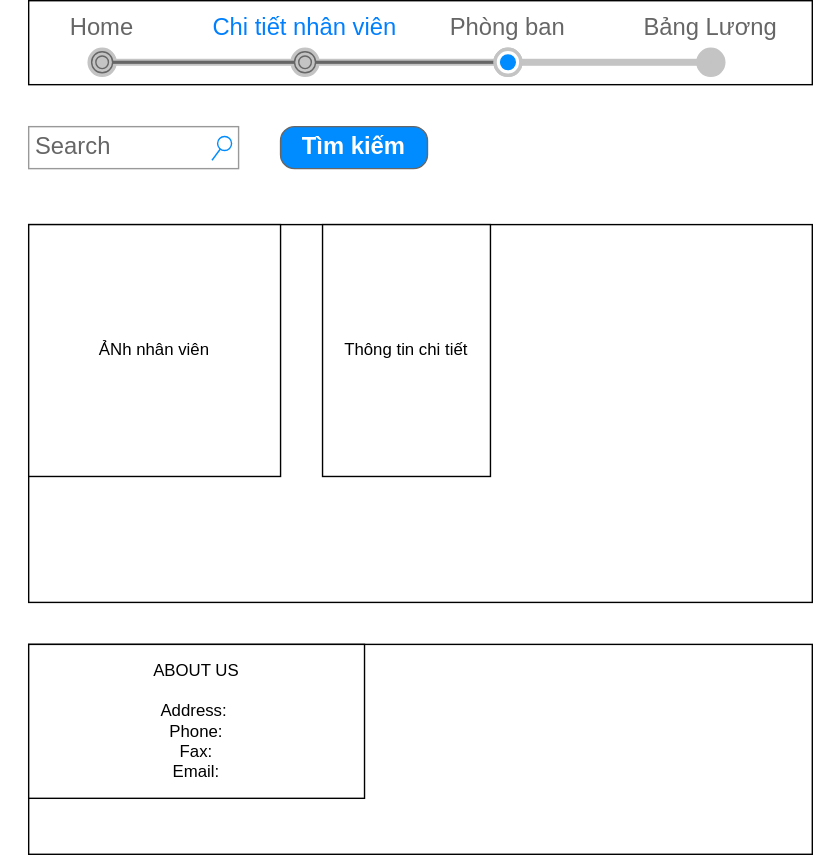
This is Report/StaffInformation.svg from minhngoc/FunixReacJSAsm, a draw.io export, as it was before one commit. Source tidied: cells renumbered, new cells last; positions are measured from the earlier drawing's top-left corner, leaving out a move shared by most shapes.
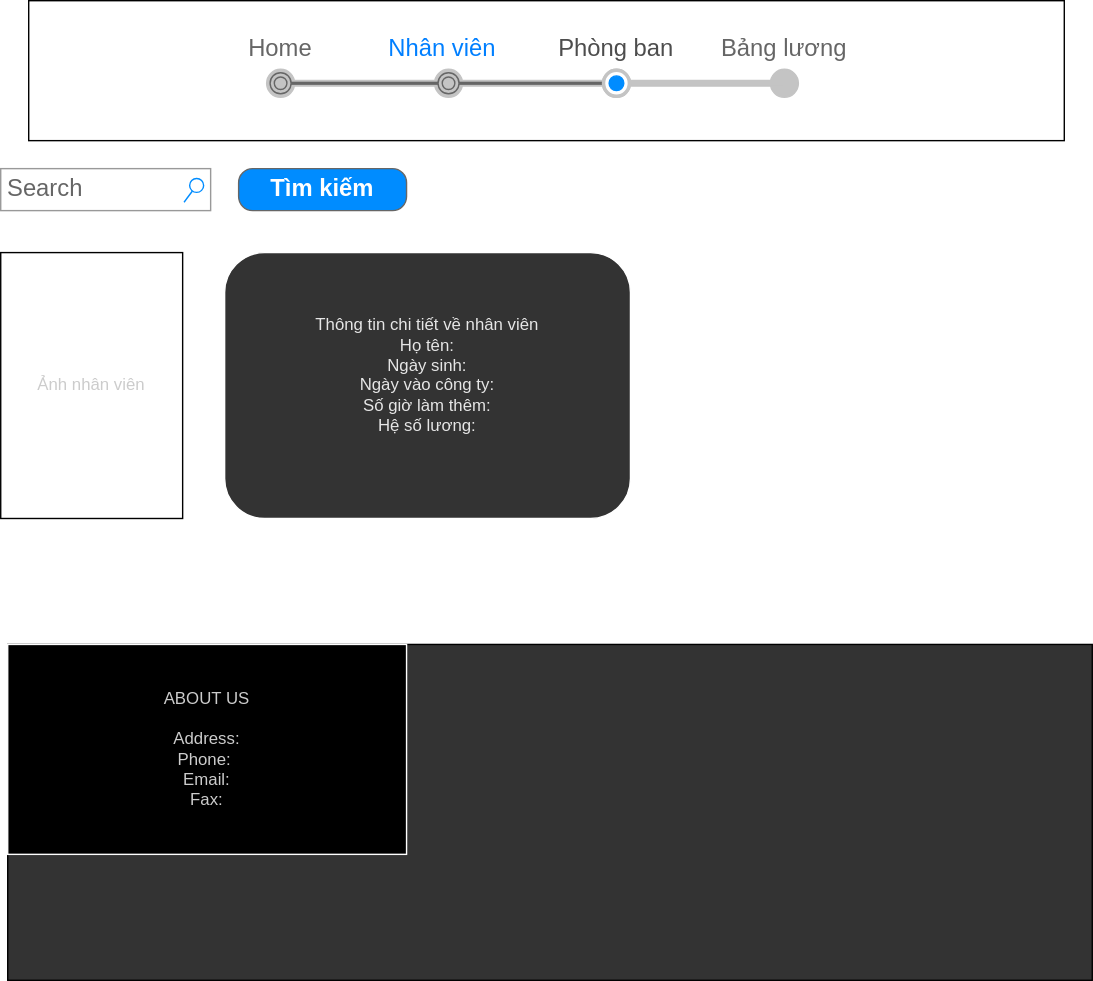
Later version of the same file.

The edit, as a diff of the source:
```diff
@@ -1,33 +1,30 @@
 <mxGraphModel>
   <root>
-    <mxCell id="0" />
-    <mxCell id="1" parent="0" />
-    <mxCell id="2" style="rounded=0;whiteSpace=wrap;html=1;" parent="1" vertex="1">
-      <mxGeometry x="20" width="560" height="60" as="geometry" />
-    </mxCell>
-    <mxCell id="3" style="rounded=0;whiteSpace=wrap;html=1;" parent="1" vertex="1">
-      <mxGeometry x="20" y="160" width="560" height="270" as="geometry" />
-    </mxCell>
-    <mxCell id="4" value="ẢNh nhân viên" style="whiteSpace=wrap;html=1;" parent="1" vertex="1">
-      <mxGeometry x="20" y="160" width="180" height="180" as="geometry" />
-    </mxCell>
-    <mxCell id="5" value="Thông tin chi tiết" style="rounded=0;whiteSpace=wrap;html=1;" parent="1" vertex="1">
-      <mxGeometry x="230" y="160" width="120" height="180" as="geometry" />
-    </mxCell>
-    <mxCell id="6" style="rounded=0;whiteSpace=wrap;html=1;" parent="1" vertex="1">
-      <mxGeometry x="20" y="460" width="560" height="150" as="geometry" />
-    </mxCell>
-    <mxCell id="7" value="ABOUT US&lt;br&gt;&lt;br&gt;Address:&amp;nbsp;&lt;br&gt;Phone:&lt;br&gt;Fax:&lt;br&gt;Email:" style="rounded=0;whiteSpace=wrap;html=1;" parent="1" vertex="1">
-      <mxGeometry x="20" y="460" width="240" height="110" as="geometry" />
-    </mxCell>
+    <mxCell id="11" />
+    <mxCell id="12" parent="11" />
+    <mxCell id="13" style="rounded=0;whiteSpace=wrap;html=1;" parent="12" vertex="1">
+      <mxGeometry x="40" y="10" width="740" height="100" as="geometry" />
+    </mxCell>
+    <mxCell id="14" value="&lt;table border=&quot;0&quot; cellpadding=&quot;0&quot; cellspacing=&quot;0&quot; width=&quot;100%&quot; style=&quot;font-size: 1em&quot;&gt;&lt;tbody&gt;&lt;tr&gt;&lt;td width=&quot;25%&quot;&gt;Home&lt;/td&gt;&lt;td width=&quot;25%&quot;&gt;&lt;font color=&quot;#007fff&quot;&gt;&amp;nbsp; &amp;nbsp;Nhân viên&lt;span style=&quot;white-space: pre&quot;&gt;&#9;&lt;/span&gt;&lt;/font&gt;&lt;/td&gt;&lt;td width=&quot;25%&quot;&gt;&lt;font color=&quot;#4d4d4d&quot;&gt;Phòng ban&lt;/font&gt;&lt;/td&gt;&lt;td width=&quot;25%&quot;&gt;Bảng lương&lt;/td&gt;&lt;/tr&gt;&lt;/tbody&gt;&lt;/table&gt;" style="strokeWidth=1;shadow=0;dashed=0;align=center;html=1;shape=mxgraph.mockup.navigation.stepBar;strokeColor=#c4c4c4;textColor=#666666;textColor2=#008cff;mainText=,,+,;textSize=17;fillColor=#666666;overflow=fill;fontSize=17;fontColor=#666666;" parent="12" vertex="1">
+      <mxGeometry x="160" y="35" width="480" height="50" as="geometry" />
+    </mxCell>
-    <mxCell id="8" value="Search" style="strokeWidth=1;shadow=0;dashed=0;align=center;html=1;shape=mxgraph.mockup.forms.searchBox;strokeColor=#999999;mainText=;strokeColor2=#008cff;fontColor=#666666;fontSize=17;align=left;spacingLeft=3;" parent="1" vertex="1">
-      <mxGeometry x="20" y="90" width="150" height="30" as="geometry" />
+    <mxCell id="8" value="Search" style="strokeWidth=1;shadow=0;dashed=0;align=center;html=1;shape=mxgraph.mockup.forms.searchBox;strokeColor=#999999;mainText=;strokeColor2=#008cff;fontColor=#666666;fontSize=17;align=left;spacingLeft=3;" parent="12" vertex="1">
+      <mxGeometry x="20" y="130" width="150" height="30" as="geometry" />
     </mxCell>
-    <mxCell id="9" value="Tìm kiếm" style="strokeWidth=1;shadow=0;dashed=0;align=center;html=1;shape=mxgraph.mockup.buttons.button;strokeColor=#666666;fontColor=#ffffff;mainText=;buttonStyle=round;fontSize=17;fontStyle=1;fillColor=#008cff;whiteSpace=wrap;" parent="1" vertex="1">
-      <mxGeometry x="200" y="90" width="105" height="30" as="geometry" />
+    <mxCell id="9" value="Tìm kiếm" style="strokeWidth=1;shadow=0;dashed=0;align=center;html=1;shape=mxgraph.mockup.buttons.button;strokeColor=#666666;fontColor=#ffffff;mainText=;buttonStyle=round;fontSize=17;fontStyle=1;fillColor=#008cff;whiteSpace=wrap;" parent="12" vertex="1">
+      <mxGeometry x="190" y="130" width="120" height="30" as="geometry" />
     </mxCell>
-    <mxCell id="10" value="&lt;table border=&quot;0&quot; cellpadding=&quot;0&quot; cellspacing=&quot;0&quot; width=&quot;100%&quot; style=&quot;font-size: 1em&quot;&gt;&lt;tbody&gt;&lt;tr&gt;&lt;td width=&quot;25%&quot;&gt;Home&lt;/td&gt;&lt;td width=&quot;25%&quot;&gt;&lt;font color=&quot;#007fff&quot;&gt;Chi tiết nhân viên&lt;/font&gt;&lt;/td&gt;&lt;td width=&quot;25%&quot;&gt;Phòng ban&lt;/td&gt;&lt;td width=&quot;25%&quot;&gt;Bảng Lương&lt;/td&gt;&lt;/tr&gt;&lt;/tbody&gt;&lt;/table&gt;" style="strokeWidth=1;shadow=0;dashed=0;align=center;html=1;shape=mxgraph.mockup.navigation.stepBar;strokeColor=#c4c4c4;textColor=#666666;textColor2=#008cff;mainText=,,+,;textSize=17;fillColor=#666666;overflow=fill;fontSize=17;fontColor=#666666;" parent="1" vertex="1">
-      <mxGeometry y="10" width="580" height="40" as="geometry" />
-    </mxCell>
+    <mxCell id="15" value="&lt;font color=&quot;#cccccc&quot;&gt;Ảnh nhân viên&lt;/font&gt;" style="rounded=0;whiteSpace=wrap;html=1;fontColor=#4D4D4D;" parent="12" vertex="1">
+      <mxGeometry x="20" y="190" width="130" height="190" as="geometry" />
+    </mxCell>
+    <mxCell id="16" style="rounded=0;whiteSpace=wrap;html=1;fontColor=#CCCCCC;fillColor=#333333;strokeColor=#000000;" parent="12" vertex="1">
+      <mxGeometry x="25" y="470" width="775" height="240" as="geometry" />
+    </mxCell>
+    <mxCell id="17" value="ABOUT US&lt;br&gt;&lt;br&gt;Address:&lt;br&gt;Phone:&amp;nbsp;&lt;br&gt;Email:&lt;br&gt;Fax:" style="rounded=0;whiteSpace=wrap;html=1;fontColor=#CCCCCC;strokeColor=#FFFFFF;fillColor=#000000;" parent="12" vertex="1">
+      <mxGeometry x="25" y="470" width="285" height="150" as="geometry" />
+    </mxCell>
+    <mxCell id="18" value="&lt;font color=&quot;#e6e6e6&quot;&gt;Thông tin chi tiết về nhân viên&lt;br&gt;Họ tên:&lt;br&gt;Ngày sinh:&lt;br&gt;Ngày vào công ty:&lt;br&gt;Số giờ làm thêm:&lt;br&gt;Hệ số lương:&lt;br&gt;&lt;br&gt;&lt;/font&gt;" style="rounded=1;whiteSpace=wrap;html=1;fontColor=#666666;strokeColor=#FFFFFF;fillColor=#333333;" parent="12" vertex="1">
+      <mxGeometry x="180" y="190" width="290" height="190" as="geometry" />
+    </mxCell>
   </root>
 </mxGraphModel>
```
